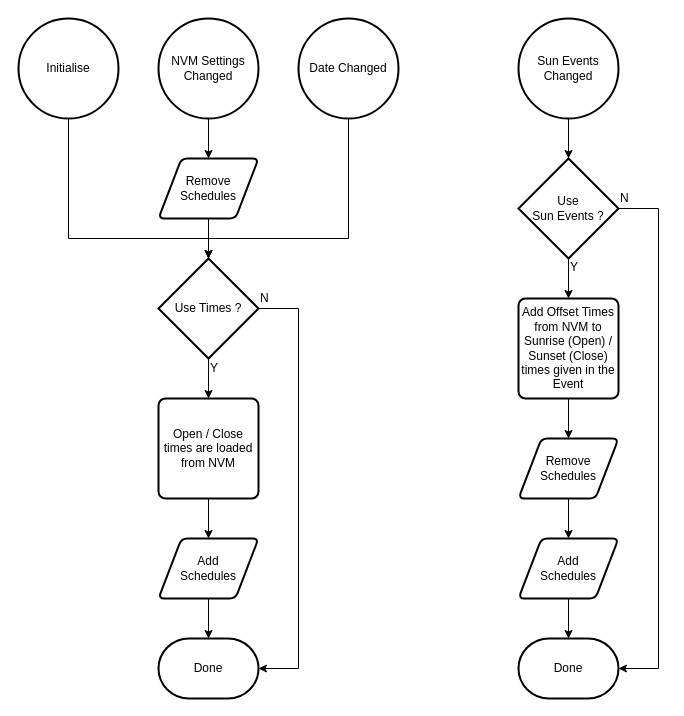
Above: doc/design/flows/Door-Scheduling.drawio in pete-restall/Cluck2Sesame (draw.io), before the change. Source tidied: cells renumbered, new cells numbered last; positions are measured from the earlier drawing's top-left corner, leaving out a move shared by most shapes. Both pictures are drawn from the tidied source at 100%, with x=0, y=0 at pixel (18, 18).
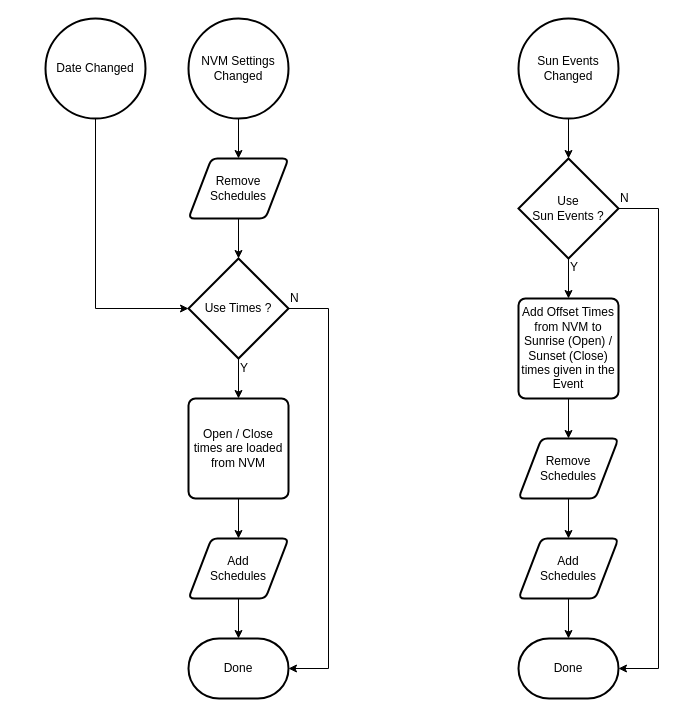
After the change.

The edit, as a diff of the source:
```diff
@@
-    <mxCell id="2" style="edgeStyle=orthogonalEdgeStyle;rounded=0;jettySize=auto;html=1;entryX=0.5;entryY=0;entryDx=0;entryDy=0;entryPerimeter=0;" parent="1" edge="1" source="3" target="23">
-      <mxGeometry relative="1" as="geometry">
-        <Array as="points">
-          <mxPoint x="50" y="220" />
-          <mxPoint x="190" y="220" />
-        </Array>
-      </mxGeometry>
-    </mxCell>
-    <mxCell id="3" value="Initialise" style="strokeWidth=2;html=1;shape=mxgraph.flowchart.start_2;whiteSpace=wrap;" parent="1" vertex="1">
-      <mxGeometry width="100" height="100" as="geometry" />
-    </mxCell>
@@
     <mxCell id="7" value="NVM Settings Changed" style="strokeWidth=2;html=1;shape=mxgraph.flowchart.start_2;whiteSpace=wrap;" parent="1" vertex="1">
-      <mxGeometry x="140" width="100" height="100" as="geometry" />
+      <mxGeometry x="170" width="100" height="100" as="geometry" />
     </mxCell>
@@
     <mxCell id="12" value="Remove Schedules" style="verticalLabelPosition=middle;verticalAlign=middle;html=1;strokeWidth=2;shape=parallelogram;perimeter=parallelogramPerimeter;whiteSpace=wrap;rounded=1;arcSize=12;size=0.23;labelPosition=center;align=center;" parent="1" vertex="1">
-      <mxGeometry x="140" y="140" width="100" height="60" as="geometry" />
+      <mxGeometry x="170" y="140" width="100" height="60" as="geometry" />
     </mxCell>
@@
     <mxCell id="14" value="Add&lt;br&gt;Schedules" style="verticalLabelPosition=middle;verticalAlign=middle;html=1;strokeWidth=2;shape=parallelogram;perimeter=parallelogramPerimeter;whiteSpace=wrap;rounded=1;arcSize=12;size=0.23;labelPosition=center;align=center;" parent="1" vertex="1">
-      <mxGeometry x="140" y="520" width="100" height="60" as="geometry" />
+      <mxGeometry x="170" y="520" width="100" height="60" as="geometry" />
     </mxCell>
@@
     <mxCell id="18" value="Open / Close times are loaded from NVM" style="rounded=1;whiteSpace=wrap;html=1;absoluteArcSize=1;arcSize=14;strokeWidth=2;" parent="1" vertex="1">
-      <mxGeometry x="140" y="380" width="100" height="100" as="geometry" />
+      <mxGeometry x="170" y="380" width="100" height="100" as="geometry" />
     </mxCell>
-    <mxCell id="19" style="edgeStyle=orthogonalEdgeStyle;rounded=0;jettySize=auto;html=1;entryX=0.5;entryY=0;entryDx=0;entryDy=0;entryPerimeter=0;" parent="1" edge="1" source="20" target="23">
+    <mxCell id="19" style="edgeStyle=orthogonalEdgeStyle;rounded=0;jettySize=auto;html=1;entryX=0;entryY=0.5;entryDx=0;entryDy=0;entryPerimeter=0;" parent="1" edge="1" source="20" target="23">
       <mxGeometry relative="1" as="geometry">
         <Array as="points">
-          <mxPoint x="330" y="220" />
-          <mxPoint x="190" y="220" />
+          <mxPoint x="77" y="290" />
         </Array>
       </mxGeometry>
     </mxCell>
     <mxCell id="20" value="Date Changed" style="strokeWidth=2;html=1;shape=mxgraph.flowchart.start_2;whiteSpace=wrap;" parent="1" vertex="1">
-      <mxGeometry x="280" width="100" height="100" as="geometry" />
+      <mxGeometry x="27" width="100" height="100" as="geometry" />
     </mxCell>
@@
     <mxCell id="22" style="edgeStyle=orthogonalEdgeStyle;rounded=0;jettySize=auto;html=1;exitX=1;exitY=0.5;exitDx=0;exitDy=0;exitPerimeter=0;entryX=1;entryY=0.5;entryDx=0;entryDy=0;entryPerimeter=0;" parent="1" edge="1" source="23" target="28">
       <mxGeometry relative="1" as="geometry">
         <Array as="points">
-          <mxPoint x="280" y="290" />
-          <mxPoint x="280" y="650" />
+          <mxPoint x="310" y="290" />
+          <mxPoint x="310" y="650" />
         </Array>
       </mxGeometry>
     </mxCell>
     <mxCell id="23" value="Use Times ?" style="strokeWidth=2;html=1;shape=mxgraph.flowchart.decision;whiteSpace=wrap;" parent="1" vertex="1">
-      <mxGeometry x="140" y="240" width="100" height="100" as="geometry" />
+      <mxGeometry x="170" y="240" width="100" height="100" as="geometry" />
     </mxCell>
@@
     <mxCell id="28" value="Done" style="strokeWidth=2;html=1;shape=mxgraph.flowchart.terminator;whiteSpace=wrap;" parent="1" vertex="1">
-      <mxGeometry x="140" y="620" width="100" height="60" as="geometry" />
+      <mxGeometry x="170" y="620" width="100" height="60" as="geometry" />
     </mxCell>
@@
     <mxCell id="31" value="Y" style="text;html=1;align=left;verticalAlign=top;spacingTop=-4;" parent="1" vertex="1">
-      <mxGeometry x="190" y="340" width="20" height="20" as="geometry" />
+      <mxGeometry x="220" y="340" width="20" height="20" as="geometry" />
     </mxCell>
@@
     <mxCell id="33" value="N" style="text;html=1;align=left;verticalAlign=top;spacingTop=-4;" parent="1" vertex="1">
-      <mxGeometry x="240" y="270" width="20" height="20" as="geometry" />
+      <mxGeometry x="270" y="270" width="20" height="20" as="geometry" />
     </mxCell>
```
